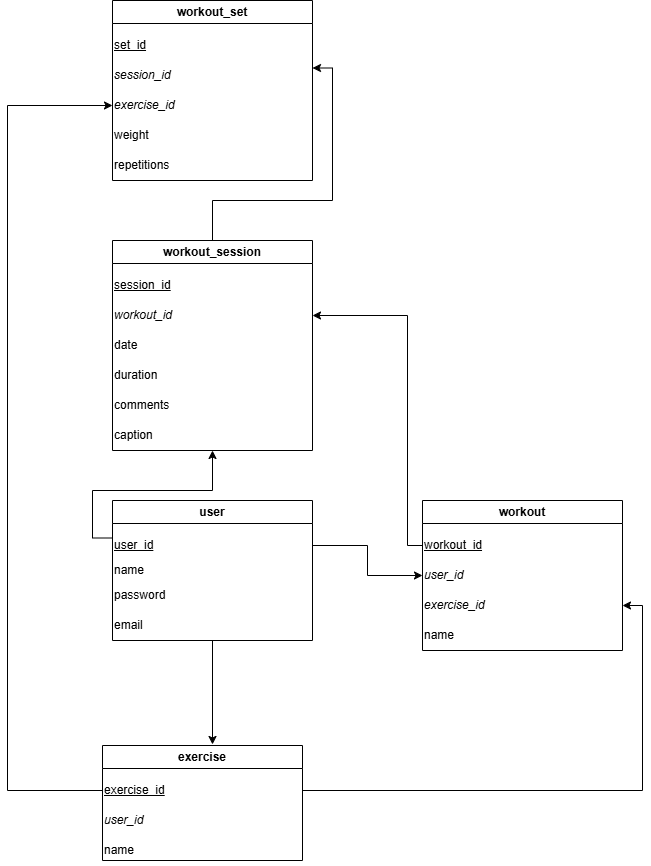
The draw.io diagram diagrams_documents/workout_dbschema.png in Zabuelis/LiftingPal, before a commit. Source tidied: cells renumbered, new cells last; positions are measured from the earlier drawing's top-left corner, leaving out a move shared by most shapes.
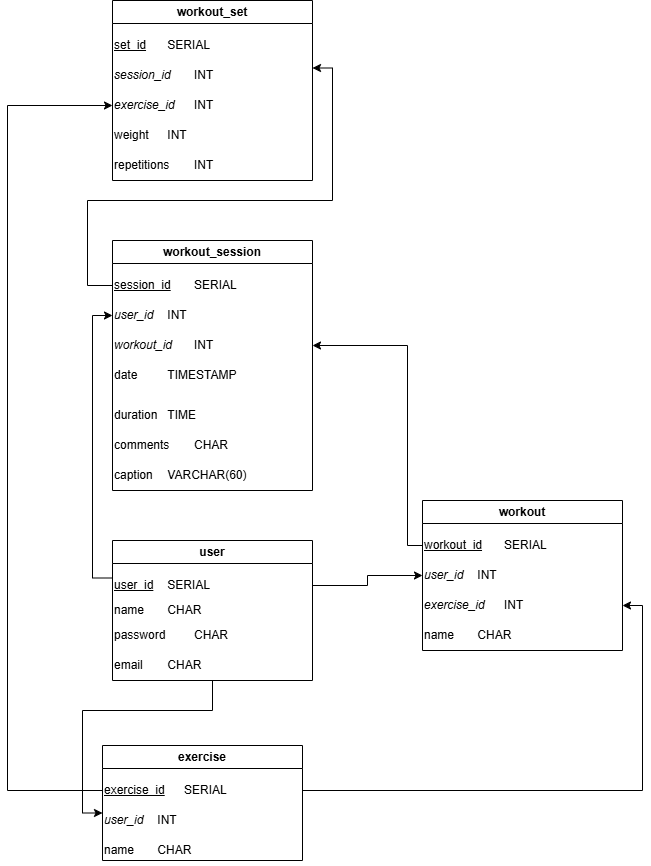
The same diagram one commit later.

Diff of the diagram source:
```diff
@@ -5,109 +5,119 @@
     <mxCell id="2" style="edgeStyle=orthogonalEdgeStyle;rounded=0;jettySize=auto;html=1;entryX=0;entryY=0.5;entryDx=0;entryDy=0;exitX=1;exitY=0.5;exitDx=0;exitDy=0;" parent="1" edge="1" source="5" target="12">
       <mxGeometry relative="1" as="geometry" />
     </mxCell>
-    <mxCell id="3" style="edgeStyle=orthogonalEdgeStyle;rounded=0;jettySize=auto;html=1;entryX=0.5;entryY=1;entryDx=0;entryDy=0;exitX=0;exitY=0.25;exitDx=0;exitDy=0;" parent="1" edge="1" source="5" target="26">
+    <mxCell id="3" style="edgeStyle=orthogonalEdgeStyle;rounded=0;jettySize=auto;html=1;entryX=0;entryY=0.5;entryDx=0;entryDy=0;exitX=0;exitY=0.25;exitDx=0;exitDy=0;" parent="1" edge="1" source="5" target="36">
       <mxGeometry relative="1" as="geometry" />
     </mxCell>
     <mxCell id="4" value="user" style="swimlane;whiteSpace=wrap;html=1;" parent="1" vertex="1">
-      <mxGeometry x="105" y="500" width="200" height="140" as="geometry" />
+      <mxGeometry x="105" y="540" width="200" height="140" as="geometry" />
     </mxCell>
-    <mxCell id="5" value="user_id" style="text;html=1;whiteSpace=wrap;strokeColor=none;fillColor=none;align=left;verticalAlign=middle;rounded=0;fontStyle=4;" parent="4" vertex="1">
+    <mxCell id="5" value="&lt;u&gt;user_id&lt;/u&gt;&lt;span style=&quot;text-decoration-line: underline; white-space: pre;&quot;&gt;&#9;&lt;/span&gt;SERIAL" style="text;html=1;whiteSpace=wrap;strokeColor=none;fillColor=none;align=left;verticalAlign=middle;rounded=0;fontStyle=0;" parent="4" vertex="1">
       <mxGeometry y="30" width="200" height="30" as="geometry" />
     </mxCell>
-    <mxCell id="6" value="name" style="text;html=1;whiteSpace=wrap;strokeColor=none;fillColor=none;align=left;verticalAlign=middle;rounded=0;fontStyle=0;" parent="4" vertex="1">
+    <mxCell id="6" value="name&lt;span style=&quot;white-space: pre;&quot;&gt;&#9;&lt;/span&gt;CHAR" style="text;html=1;whiteSpace=wrap;strokeColor=none;fillColor=none;align=left;verticalAlign=middle;rounded=0;fontStyle=0;" parent="4" vertex="1">
       <mxGeometry y="55" width="200" height="30" as="geometry" />
     </mxCell>
-    <mxCell id="7" value="password" style="text;html=1;whiteSpace=wrap;strokeColor=none;fillColor=none;align=left;verticalAlign=middle;rounded=0;fontStyle=0;" parent="4" vertex="1">
+    <mxCell id="7" value="password&lt;span style=&quot;white-space: pre;&quot;&gt;&#9;&lt;/span&gt;&lt;span style=&quot;white-space: pre;&quot;&gt;&#9;&lt;/span&gt;CHAR" style="text;html=1;whiteSpace=wrap;strokeColor=none;fillColor=none;align=left;verticalAlign=middle;rounded=0;fontStyle=0;" parent="4" vertex="1">
       <mxGeometry y="80" width="200" height="30" as="geometry" />
     </mxCell>
-    <mxCell id="8" value="email" style="text;html=1;whiteSpace=wrap;strokeColor=none;fillColor=none;align=left;verticalAlign=middle;rounded=0;fontStyle=0;" parent="4" vertex="1">
+    <mxCell id="8" value="email&lt;span style=&quot;white-space: pre;&quot;&gt;&#9;&lt;/span&gt;CHAR" style="text;html=1;whiteSpace=wrap;strokeColor=none;fillColor=none;align=left;verticalAlign=middle;rounded=0;fontStyle=0;" parent="4" vertex="1">
       <mxGeometry y="110" width="200" height="30" as="geometry" />
     </mxCell>
     <mxCell id="9" style="edgeStyle=orthogonalEdgeStyle;rounded=0;jettySize=auto;html=1;exitX=0;exitY=0.5;exitDx=0;exitDy=0;entryX=1;entryY=0.5;entryDx=0;entryDy=0;" parent="1" edge="1" source="11" target="22">
       <mxGeometry relative="1" as="geometry">
         <Array as="points">
           <mxPoint x="400" y="545" />
-          <mxPoint x="400" y="315" />
+          <mxPoint x="400" y="345" />
         </Array>
       </mxGeometry>
     </mxCell>
     <mxCell id="10" value="workout" style="swimlane;whiteSpace=wrap;html=1;" parent="1" vertex="1">
       <mxGeometry x="415" y="500" width="200" height="150" as="geometry" />
     </mxCell>
-    <mxCell id="11" value="workout_id" style="text;html=1;whiteSpace=wrap;strokeColor=none;fillColor=none;align=left;verticalAlign=middle;rounded=0;fontStyle=4;" parent="10" vertex="1">
+    <mxCell id="11" value="&lt;u&gt;workout_id&lt;/u&gt;&lt;span style=&quot;white-space: pre;&quot;&gt;&#9;&lt;/span&gt;SERIAL" style="text;html=1;whiteSpace=wrap;strokeColor=none;fillColor=none;align=left;verticalAlign=middle;rounded=0;fontStyle=0;" parent="10" vertex="1">
       <mxGeometry y="30" width="200" height="30" as="geometry" />
     </mxCell>
-    <mxCell id="12" value="&lt;i&gt;user_id&lt;/i&gt;" style="text;html=1;whiteSpace=wrap;strokeColor=none;fillColor=none;align=left;verticalAlign=middle;rounded=0;fontStyle=0;" parent="10" vertex="1">
+    <mxCell id="12" value="&lt;i&gt;user_id&lt;/i&gt;&lt;span style=&quot;font-style: italic; white-space: pre;&quot;&gt;&#9;&lt;/span&gt;INT" style="text;html=1;whiteSpace=wrap;strokeColor=none;fillColor=none;align=left;verticalAlign=middle;rounded=0;fontStyle=0;" parent="10" vertex="1">
       <mxGeometry y="60" width="200" height="30" as="geometry" />
     </mxCell>
-    <mxCell id="13" value="&lt;i&gt;exercise_id&lt;/i&gt;" style="text;html=1;whiteSpace=wrap;strokeColor=none;fillColor=none;align=left;verticalAlign=middle;rounded=0;fontStyle=0;" parent="10" vertex="1">
+    <mxCell id="13" value="&lt;i&gt;exercise_id&amp;nbsp;&lt;/i&gt;&lt;span style=&quot;font-style: italic; white-space: pre;&quot;&gt;&#9;&lt;/span&gt;INT" style="text;html=1;whiteSpace=wrap;strokeColor=none;fillColor=none;align=left;verticalAlign=middle;rounded=0;fontStyle=0;" parent="10" vertex="1">
       <mxGeometry y="90" width="200" height="30" as="geometry" />
     </mxCell>
-    <mxCell id="14" value="name" style="text;html=1;whiteSpace=wrap;strokeColor=none;fillColor=none;align=left;verticalAlign=middle;rounded=0;fontStyle=0;" parent="10" vertex="1">
+    <mxCell id="14" value="name&lt;span style=&quot;white-space: pre;&quot;&gt;&#9;&lt;/span&gt;CHAR" style="text;html=1;whiteSpace=wrap;strokeColor=none;fillColor=none;align=left;verticalAlign=middle;rounded=0;fontStyle=0;" parent="10" vertex="1">
       <mxGeometry y="120" width="200" height="30" as="geometry" />
     </mxCell>
     <mxCell id="15" value="exercise" style="swimlane;whiteSpace=wrap;html=1;" parent="1" vertex="1">
       <mxGeometry x="95" y="745" width="200" height="115" as="geometry" />
     </mxCell>
-    <mxCell id="16" value="&lt;u&gt;exercise_id&lt;/u&gt;" style="text;html=1;whiteSpace=wrap;strokeColor=none;fillColor=none;align=left;verticalAlign=middle;rounded=0;fontStyle=0;" parent="15" vertex="1">
+    <mxCell id="16" value="&lt;span&gt;&lt;u&gt;exercise_id&lt;/u&gt;&lt;span style=&quot;white-space: pre;&quot;&gt;&#9;&lt;/span&gt;SERIAL&lt;/span&gt;" style="text;html=1;whiteSpace=wrap;strokeColor=none;fillColor=none;align=left;verticalAlign=middle;rounded=0;fontStyle=0;" parent="15" vertex="1">
       <mxGeometry y="30" width="200" height="30" as="geometry" />
     </mxCell>
-    <mxCell id="17" value="&lt;i&gt;user_id&lt;/i&gt;" style="text;html=1;whiteSpace=wrap;strokeColor=none;fillColor=none;align=left;verticalAlign=middle;rounded=0;fontStyle=0;" parent="15" vertex="1">
+    <mxCell id="17" value="&lt;i&gt;user_id&lt;/i&gt;&lt;span style=&quot;font-style: italic; white-space: pre;&quot;&gt;&#9;&lt;/span&gt;INT" style="text;html=1;whiteSpace=wrap;strokeColor=none;fillColor=none;align=left;verticalAlign=middle;rounded=0;fontStyle=0;" parent="15" vertex="1">
       <mxGeometry y="60" width="200" height="30" as="geometry" />
     </mxCell>
-    <mxCell id="18" value="name" style="text;html=1;whiteSpace=wrap;strokeColor=none;fillColor=none;align=left;verticalAlign=middle;rounded=0;fontStyle=0;" parent="15" vertex="1">
+    <mxCell id="18" value="name&lt;span style=&quot;white-space: pre;&quot;&gt;&#9;&lt;/span&gt;CHAR" style="text;html=1;whiteSpace=wrap;strokeColor=none;fillColor=none;align=left;verticalAlign=middle;rounded=0;fontStyle=0;" parent="15" vertex="1">
       <mxGeometry y="90" width="200" height="30" as="geometry" />
     </mxCell>
-    <mxCell id="19" style="edgeStyle=orthogonalEdgeStyle;rounded=0;jettySize=auto;html=1;exitX=0.5;exitY=0;exitDx=0;exitDy=0;entryX=1;entryY=0.25;entryDx=0;entryDy=0;" parent="1" edge="1" source="20" target="29">
+    <mxCell id="19" style="edgeStyle=orthogonalEdgeStyle;rounded=0;jettySize=auto;html=1;exitX=0;exitY=0.5;exitDx=0;exitDy=0;entryX=1;entryY=0.25;entryDx=0;entryDy=0;" parent="1" edge="1" source="21" target="29">
       <mxGeometry relative="1" as="geometry">
         <Array as="points">
-          <mxPoint x="205" y="200" />
+          <mxPoint x="80" y="285" />
+          <mxPoint x="80" y="200" />
           <mxPoint x="325" y="200" />
           <mxPoint x="325" y="68" />
         </Array>
       </mxGeometry>
     </mxCell>
     <mxCell id="20" value="workout_session" style="swimlane;whiteSpace=wrap;html=1;" parent="1" vertex="1">
-      <mxGeometry x="105" y="240" width="200" height="210" as="geometry" />
+      <mxGeometry x="105" y="240" width="200" height="250" as="geometry" />
     </mxCell>
-    <mxCell id="21" value="session_id" style="text;html=1;whiteSpace=wrap;strokeColor=none;fillColor=none;align=left;verticalAlign=middle;rounded=0;fontStyle=4;" parent="20" vertex="1">
+    <mxCell id="21" value="&lt;u&gt;session_id&lt;/u&gt;&lt;span style=&quot;text-decoration-line: underline; white-space: pre;&quot;&gt;&#9;&lt;/span&gt;SERIAL" style="text;html=1;whiteSpace=wrap;strokeColor=none;fillColor=none;align=left;verticalAlign=middle;rounded=0;fontStyle=0;" parent="20" vertex="1">
       <mxGeometry y="30" width="200" height="30" as="geometry" />
     </mxCell>
-    <mxCell id="22" value="&lt;i&gt;workout_id&lt;/i&gt;" style="text;html=1;whiteSpace=wrap;strokeColor=none;fillColor=none;align=left;verticalAlign=middle;rounded=0;fontStyle=0;" parent="20" vertex="1">
-      <mxGeometry y="60" width="200" height="30" as="geometry" />
+    <mxCell id="22" value="&lt;i&gt;workout_id&lt;/i&gt;&lt;span style=&quot;font-style: italic; white-space: pre;&quot;&gt;&#9;&lt;/span&gt;INT" style="text;html=1;whiteSpace=wrap;strokeColor=none;fillColor=none;align=left;verticalAlign=middle;rounded=0;fontStyle=0;" parent="20" vertex="1">
+      <mxGeometry y="90" width="200" height="30" as="geometry" />
     </mxCell>
-    <mxCell id="23" value="date" style="text;html=1;whiteSpace=wrap;strokeColor=none;fillColor=none;align=left;verticalAlign=middle;rounded=0;fontStyle=0;" parent="20" vertex="1">
-      <mxGeometry y="90" width="200" height="30" as="geometry" />
+    <mxCell id="23" value="date&lt;span style=&quot;white-space: pre;&quot;&gt;&#9;&lt;/span&gt;&lt;span style=&quot;white-space: pre;&quot;&gt;&#9;&lt;/span&gt;TIMESTAMP" style="text;html=1;whiteSpace=wrap;strokeColor=none;fillColor=none;align=left;verticalAlign=middle;rounded=0;fontStyle=0;" parent="20" vertex="1">
+      <mxGeometry y="120" width="200" height="30" as="geometry" />
     </mxCell>
-    <mxCell id="24" value="duration" style="text;html=1;whiteSpace=wrap;strokeColor=none;fillColor=none;align=left;verticalAlign=middle;rounded=0;fontStyle=0;" parent="20" vertex="1">
-      <mxGeometry y="120" width="200" height="30" as="geometry" />
+    <mxCell id="24" value="duration&lt;span style=&quot;white-space: pre;&quot;&gt;&#9;&lt;/span&gt;TIME" style="text;html=1;whiteSpace=wrap;strokeColor=none;fillColor=none;align=left;verticalAlign=middle;rounded=0;fontStyle=0;" parent="20" vertex="1">
+      <mxGeometry y="160" width="200" height="30" as="geometry" />
     </mxCell>
-    <mxCell id="25" value="comments" style="text;html=1;whiteSpace=wrap;strokeColor=none;fillColor=none;align=left;verticalAlign=middle;rounded=0;fontStyle=0;" parent="20" vertex="1">
-      <mxGeometry y="150" width="200" height="30" as="geometry" />
+    <mxCell id="25" value="comments&lt;span style=&quot;white-space: pre;&quot;&gt;&#9;&lt;/span&gt;CHAR" style="text;html=1;whiteSpace=wrap;strokeColor=none;fillColor=none;align=left;verticalAlign=middle;rounded=0;fontStyle=0;" parent="20" vertex="1">
+      <mxGeometry y="190" width="200" height="30" as="geometry" />
     </mxCell>
-    <mxCell id="26" value="caption" style="text;html=1;whiteSpace=wrap;strokeColor=none;fillColor=none;align=left;verticalAlign=middle;rounded=0;fontStyle=0;" parent="20" vertex="1">
-      <mxGeometry y="180" width="200" height="30" as="geometry" />
+    <mxCell id="26" value="caption&lt;span style=&quot;white-space: pre;&quot;&gt;&#9;&lt;/span&gt;VARCHAR(60)" style="text;html=1;whiteSpace=wrap;strokeColor=none;fillColor=none;align=left;verticalAlign=middle;rounded=0;fontStyle=0;" parent="20" vertex="1">
+      <mxGeometry y="220" width="200" height="30" as="geometry" />
     </mxCell>
+    <mxCell id="36" value="&lt;i&gt;user_id&lt;span style=&quot;white-space: pre;&quot;&gt;&#9;&lt;/span&gt;&lt;/i&gt;INT" style="text;html=1;whiteSpace=wrap;strokeColor=none;fillColor=none;align=left;verticalAlign=middle;rounded=0;fontStyle=0;" parent="20" vertex="1">
+      <mxGeometry y="60" width="200" height="30" as="geometry" />
+    </mxCell>
     <mxCell id="27" value="workout_set" style="swimlane;whiteSpace=wrap;html=1;" parent="1" vertex="1">
       <mxGeometry x="105" width="200" height="180" as="geometry" />
     </mxCell>
-    <mxCell id="28" value="set_id" style="text;html=1;whiteSpace=wrap;strokeColor=none;fillColor=none;align=left;verticalAlign=middle;rounded=0;fontStyle=4;" parent="27" vertex="1">
+    <mxCell id="28" value="&lt;u&gt;set_id&lt;/u&gt;&lt;span style=&quot;white-space: pre;&quot;&gt;&#9;&lt;/span&gt;SERIAL" style="text;html=1;whiteSpace=wrap;strokeColor=none;fillColor=none;align=left;verticalAlign=middle;rounded=0;fontStyle=0;" parent="27" vertex="1">
       <mxGeometry y="30" width="200" height="30" as="geometry" />
     </mxCell>
-    <mxCell id="29" value="&lt;i&gt;session_id&lt;/i&gt;" style="text;html=1;whiteSpace=wrap;strokeColor=none;fillColor=none;align=left;verticalAlign=middle;rounded=0;fontStyle=0;" parent="27" vertex="1">
+    <mxCell id="29" value="&lt;i&gt;session_id&lt;/i&gt;&lt;span style=&quot;font-style: italic; white-space: pre;&quot;&gt;&#9;&lt;/span&gt;INT" style="text;html=1;whiteSpace=wrap;strokeColor=none;fillColor=none;align=left;verticalAlign=middle;rounded=0;fontStyle=0;" parent="27" vertex="1">
       <mxGeometry y="60" width="200" height="30" as="geometry" />
     </mxCell>
-    <mxCell id="30" value="repetitions" style="text;html=1;whiteSpace=wrap;strokeColor=none;fillColor=none;align=left;verticalAlign=middle;rounded=0;fontStyle=0;" parent="27" vertex="1">
+    <mxCell id="30" value="repetitions&lt;span style=&quot;white-space: pre;&quot;&gt;&#9;&lt;/span&gt;INT" style="text;html=1;whiteSpace=wrap;strokeColor=none;fillColor=none;align=left;verticalAlign=middle;rounded=0;fontStyle=0;" parent="27" vertex="1">
       <mxGeometry y="150" width="200" height="30" as="geometry" />
     </mxCell>
-    <mxCell id="31" value="weight" style="text;html=1;whiteSpace=wrap;strokeColor=none;fillColor=none;align=left;verticalAlign=middle;rounded=0;fontStyle=0;" parent="27" vertex="1">
+    <mxCell id="31" value="weight&lt;span style=&quot;white-space: pre;&quot;&gt;&#9;&lt;/span&gt;INT" style="text;html=1;whiteSpace=wrap;strokeColor=none;fillColor=none;align=left;verticalAlign=middle;rounded=0;fontStyle=0;" parent="27" vertex="1">
       <mxGeometry y="120" width="200" height="30" as="geometry" />
     </mxCell>
-    <mxCell id="32" value="&lt;i&gt;exercise_id&lt;/i&gt;" style="text;html=1;whiteSpace=wrap;strokeColor=none;fillColor=none;align=left;verticalAlign=middle;rounded=0;fontStyle=0;" parent="27" vertex="1">
+    <mxCell id="32" value="&lt;i&gt;exercise_id&lt;/i&gt;&lt;span style=&quot;font-style: italic; white-space: pre;&quot;&gt;&#9;&lt;/span&gt;INT" style="text;html=1;whiteSpace=wrap;strokeColor=none;fillColor=none;align=left;verticalAlign=middle;rounded=0;fontStyle=0;" parent="27" vertex="1">
       <mxGeometry y="90" width="200" height="30" as="geometry" />
     </mxCell>
-    <mxCell id="33" style="edgeStyle=orthogonalEdgeStyle;rounded=0;jettySize=auto;html=1;exitX=0.5;exitY=1;exitDx=0;exitDy=0;entryX=0.55;entryY=-0.009;entryDx=0;entryDy=0;entryPerimeter=0;" parent="1" edge="1" source="8" target="15">
-      <mxGeometry relative="1" as="geometry" />
+    <mxCell id="33" style="edgeStyle=orthogonalEdgeStyle;rounded=0;jettySize=auto;html=1;exitX=0.5;exitY=1;exitDx=0;exitDy=0;entryX=0;entryY=0.25;entryDx=0;entryDy=0;" parent="1" edge="1" source="8" target="17">
+      <mxGeometry relative="1" as="geometry">
+        <Array as="points">
+          <mxPoint x="205" y="710" />
+          <mxPoint x="75" y="710" />
+          <mxPoint x="75" y="813" />
+        </Array>
+      </mxGeometry>
     </mxCell>
     <mxCell id="34" style="edgeStyle=orthogonalEdgeStyle;rounded=0;jettySize=auto;html=1;entryX=0;entryY=0.5;entryDx=0;entryDy=0;exitX=0;exitY=0.5;exitDx=0;exitDy=0;" parent="1" edge="1" source="16" target="32">
       <mxGeometry relative="1" as="geometry">
```
